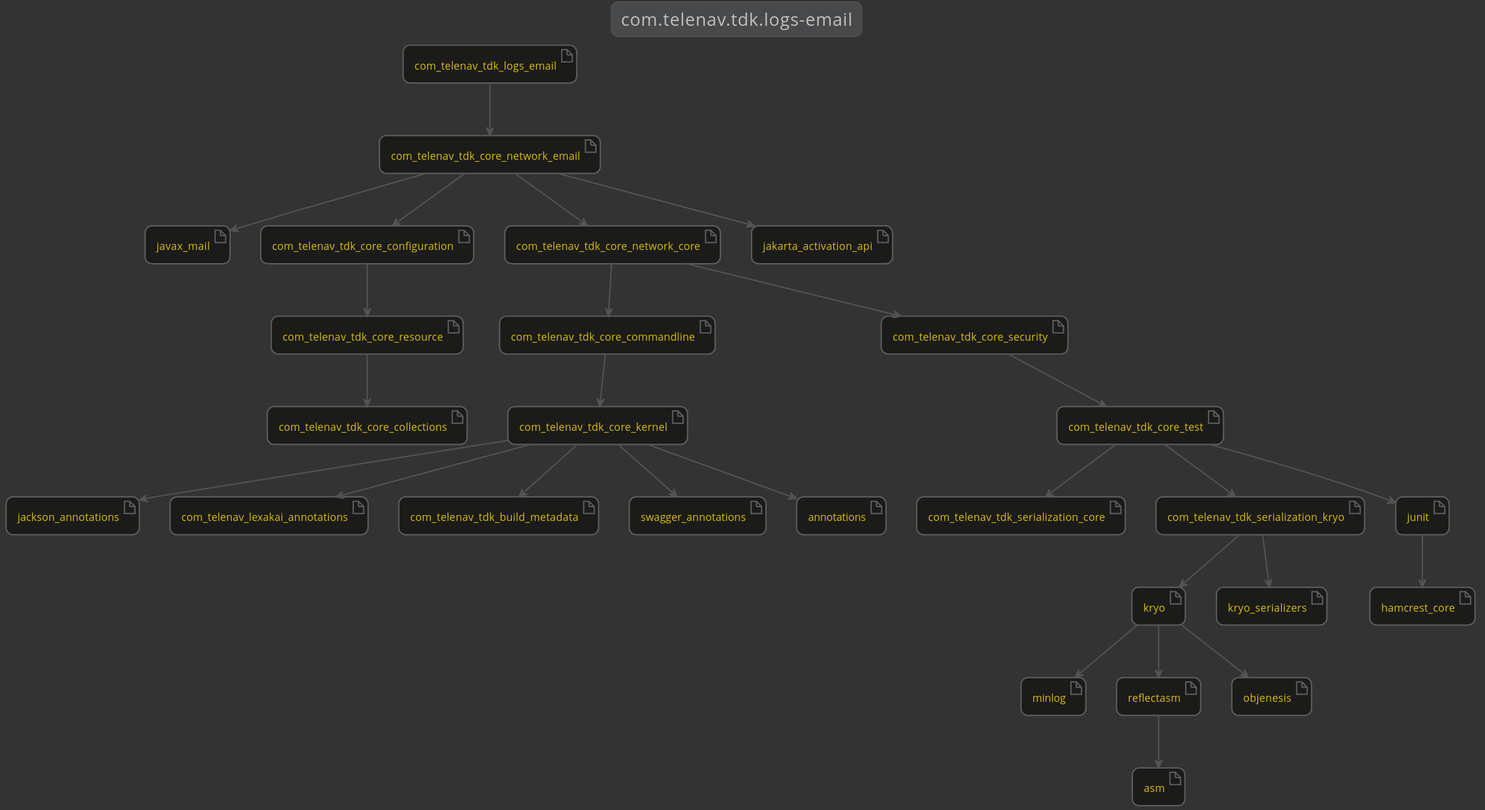
Earlier version of the PlantUML export kivakit-logs/email/documentation/diagrams/dependencies.svg (Telenav/kivakit). Source of this version:
```plantuml
@startuml

    !include ../lexakai.theme

    title "com.telenav.tdk.logs-email"

    artifact kryo
    artifact minlog
    artifact reflectasm
    artifact jackson_annotations
    artifact javax_mail
    artifact com_telenav_lexakai_annotations
    artifact com_telenav_tdk_build_metadata
    artifact com_telenav_tdk_core_collections
    artifact com_telenav_tdk_core_commandline
    artifact com_telenav_tdk_core_configuration
    artifact com_telenav_tdk_core_kernel
    artifact com_telenav_tdk_core_network_core
    artifact com_telenav_tdk_core_network_email
    artifact com_telenav_tdk_core_resource
    artifact com_telenav_tdk_core_security
    artifact com_telenav_tdk_core_test
    artifact com_telenav_tdk_logs_email
    artifact com_telenav_tdk_serialization_core
    artifact com_telenav_tdk_serialization_kryo
    artifact kryo_serializers
    artifact swagger_annotations
    artifact jakarta_activation_api
    artifact junit
    artifact hamcrest_core
    artifact annotations
    artifact objenesis
    artifact asm
    com_telenav_tdk_core_commandline --> com_telenav_tdk_core_kernel
    com_telenav_tdk_core_configuration --> com_telenav_tdk_core_resource
    com_telenav_tdk_core_kernel --> annotations
    com_telenav_tdk_core_kernel --> com_telenav_lexakai_annotations
    com_telenav_tdk_core_kernel --> com_telenav_tdk_build_metadata
    com_telenav_tdk_core_kernel --> jackson_annotations
    com_telenav_tdk_core_kernel --> swagger_annotations
    com_telenav_tdk_core_network_core --> com_telenav_tdk_core_commandline
    com_telenav_tdk_core_network_core --> com_telenav_tdk_core_security
    com_telenav_tdk_core_network_email --> com_telenav_tdk_core_configuration
    com_telenav_tdk_core_network_email --> com_telenav_tdk_core_network_core
    com_telenav_tdk_core_network_email --> jakarta_activation_api
    com_telenav_tdk_core_network_email --> javax_mail
    com_telenav_tdk_core_resource --> com_telenav_tdk_core_collections
    com_telenav_tdk_core_security --> com_telenav_tdk_core_test
    com_telenav_tdk_core_test --> com_telenav_tdk_serialization_core
    com_telenav_tdk_core_test --> com_telenav_tdk_serialization_kryo
    com_telenav_tdk_core_test --> junit
    com_telenav_tdk_logs_email --> com_telenav_tdk_core_network_email
    com_telenav_tdk_serialization_kryo --> kryo
    com_telenav_tdk_serialization_kryo --> kryo_serializers
    junit --> hamcrest_core
    kryo --> minlog
    kryo --> objenesis
    kryo --> reflectasm
    reflectasm --> asm

@enduml
```
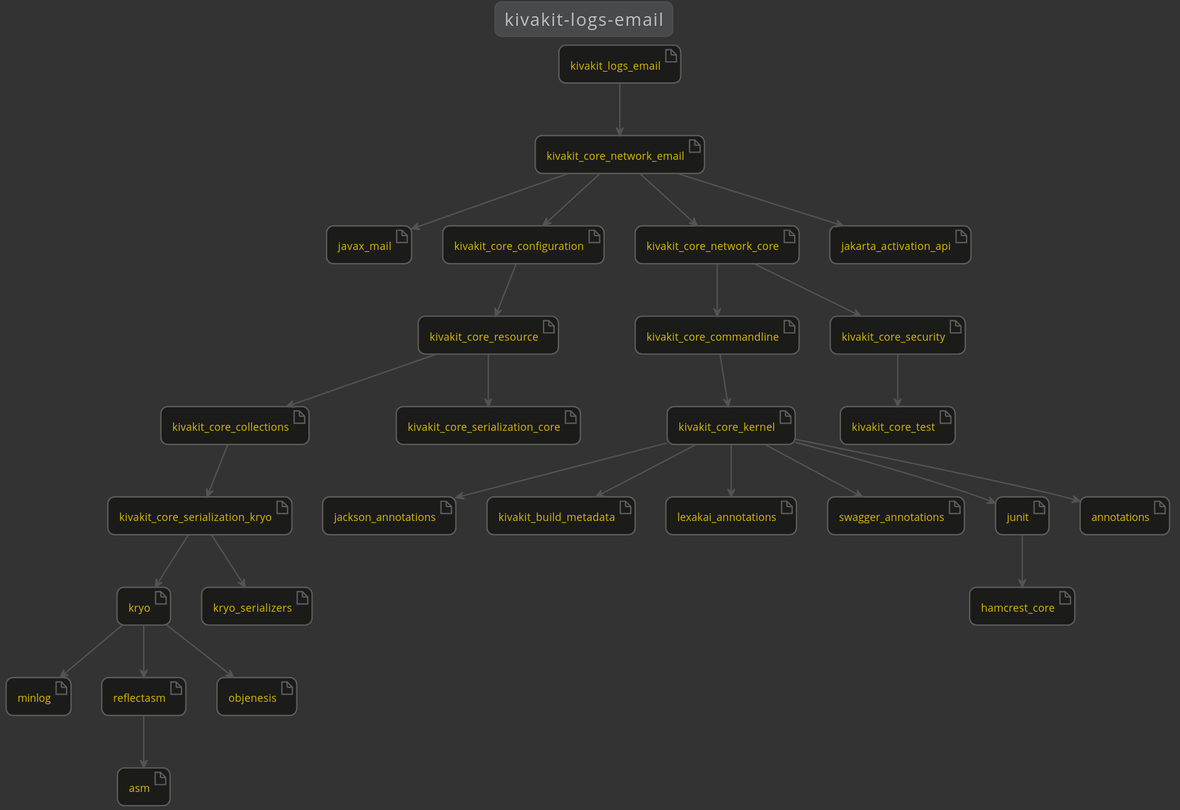
The same file after the commit.

Change to the diagram source:
```diff
@@ -2,27 +2,27 @@
 
     !include ../lexakai.theme
 
-    title "com.telenav.tdk.logs-email"
+    title "kivakit-logs-email"
 
     artifact kryo
     artifact minlog
     artifact reflectasm
     artifact jackson_annotations
     artifact javax_mail
-    artifact com_telenav_lexakai_annotations
-    artifact com_telenav_tdk_build_metadata
-    artifact com_telenav_tdk_core_collections
-    artifact com_telenav_tdk_core_commandline
-    artifact com_telenav_tdk_core_configuration
-    artifact com_telenav_tdk_core_kernel
-    artifact com_telenav_tdk_core_network_core
-    artifact com_telenav_tdk_core_network_email
-    artifact com_telenav_tdk_core_resource
-    artifact com_telenav_tdk_core_security
-    artifact com_telenav_tdk_core_test
-    artifact com_telenav_tdk_logs_email
-    artifact com_telenav_tdk_serialization_core
-    artifact com_telenav_tdk_serialization_kryo
+    artifact kivakit_build_metadata
+    artifact kivakit_core_collections
+    artifact kivakit_core_commandline
+    artifact kivakit_core_configuration
+    artifact kivakit_core_kernel
+    artifact kivakit_core_network_core
+    artifact kivakit_core_network_email
+    artifact kivakit_core_resource
+    artifact kivakit_core_security
+    artifact kivakit_core_serialization_core
+    artifact kivakit_core_serialization_kryo
+    artifact kivakit_core_test
+    artifact kivakit_logs_email
+    artifact lexakai_annotations
     artifact kryo_serializers
     artifact swagger_annotations
     artifact jakarta_activation_api
@@ -31,28 +31,28 @@
     artifact annotations
     artifact objenesis
     artifact asm
-    com_telenav_tdk_core_commandline --> com_telenav_tdk_core_kernel
-    com_telenav_tdk_core_configuration --> com_telenav_tdk_core_resource
-    com_telenav_tdk_core_kernel --> annotations
-    com_telenav_tdk_core_kernel --> com_telenav_lexakai_annotations
-    com_telenav_tdk_core_kernel --> com_telenav_tdk_build_metadata
-    com_telenav_tdk_core_kernel --> jackson_annotations
-    com_telenav_tdk_core_kernel --> swagger_annotations
-    com_telenav_tdk_core_network_core --> com_telenav_tdk_core_commandline
-    com_telenav_tdk_core_network_core --> com_telenav_tdk_core_security
-    com_telenav_tdk_core_network_email --> com_telenav_tdk_core_configuration
-    com_telenav_tdk_core_network_email --> com_telenav_tdk_core_network_core
-    com_telenav_tdk_core_network_email --> jakarta_activation_api
-    com_telenav_tdk_core_network_email --> javax_mail
-    com_telenav_tdk_core_resource --> com_telenav_tdk_core_collections
-    com_telenav_tdk_core_security --> com_telenav_tdk_core_test
-    com_telenav_tdk_core_test --> com_telenav_tdk_serialization_core
-    com_telenav_tdk_core_test --> com_telenav_tdk_serialization_kryo
-    com_telenav_tdk_core_test --> junit
-    com_telenav_tdk_logs_email --> com_telenav_tdk_core_network_email
-    com_telenav_tdk_serialization_kryo --> kryo
-    com_telenav_tdk_serialization_kryo --> kryo_serializers
     junit --> hamcrest_core
+    kivakit_core_collections --> kivakit_core_serialization_kryo
+    kivakit_core_commandline --> kivakit_core_kernel
+    kivakit_core_configuration --> kivakit_core_resource
+    kivakit_core_kernel --> annotations
+    kivakit_core_kernel --> jackson_annotations
+    kivakit_core_kernel --> junit
+    kivakit_core_kernel --> kivakit_build_metadata
+    kivakit_core_kernel --> lexakai_annotations
+    kivakit_core_kernel --> swagger_annotations
+    kivakit_core_network_core --> kivakit_core_commandline
+    kivakit_core_network_core --> kivakit_core_security
+    kivakit_core_network_email --> jakarta_activation_api
+    kivakit_core_network_email --> javax_mail
+    kivakit_core_network_email --> kivakit_core_configuration
+    kivakit_core_network_email --> kivakit_core_network_core
+    kivakit_core_resource --> kivakit_core_collections
+    kivakit_core_resource --> kivakit_core_serialization_core
+    kivakit_core_security --> kivakit_core_test
+    kivakit_core_serialization_kryo --> kryo
+    kivakit_core_serialization_kryo --> kryo_serializers
+    kivakit_logs_email --> kivakit_core_network_email
     kryo --> minlog
     kryo --> objenesis
     kryo --> reflectasm
```
